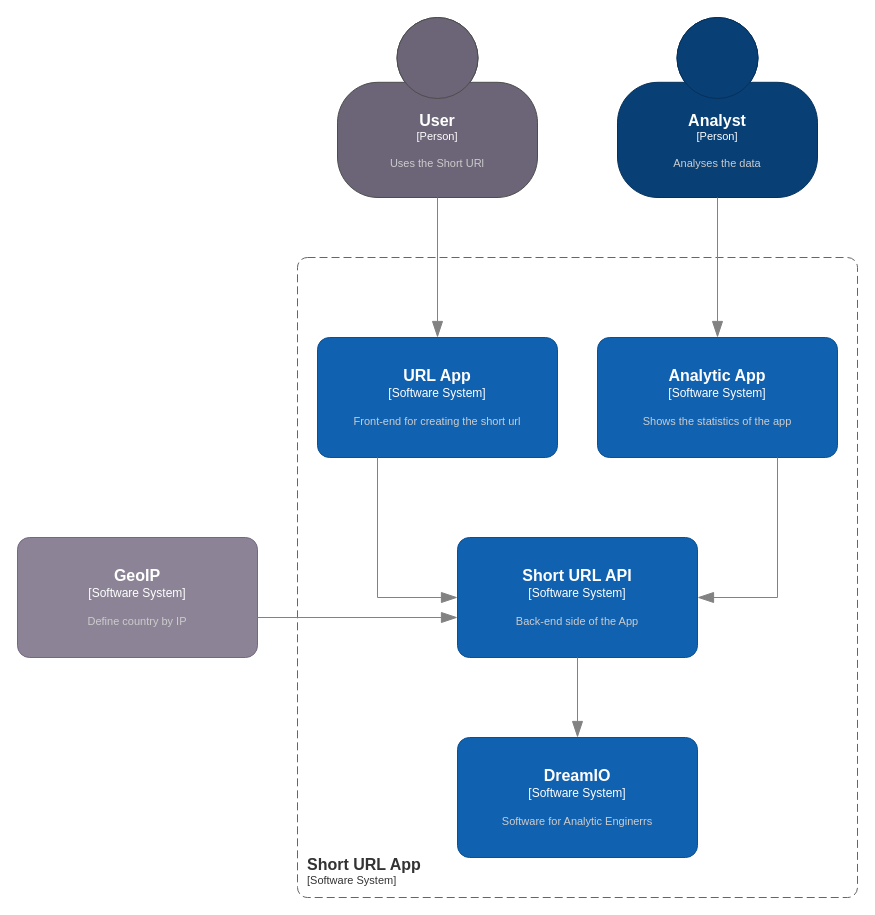
Janitor93/short-url keeps this draw.io diagram as page "Context" (1 of 2) of docs/c4/c4-diagrams.drawio. Above is the earlier version. Source tidied: cells renumbered, new cells numbered last; positions are measured from the earlier drawing's top-left corner, leaving out a move shared by most shapes. Both pictures are drawn from the tidied source at 100%, with x=0, y=0 at pixel (17, 17).
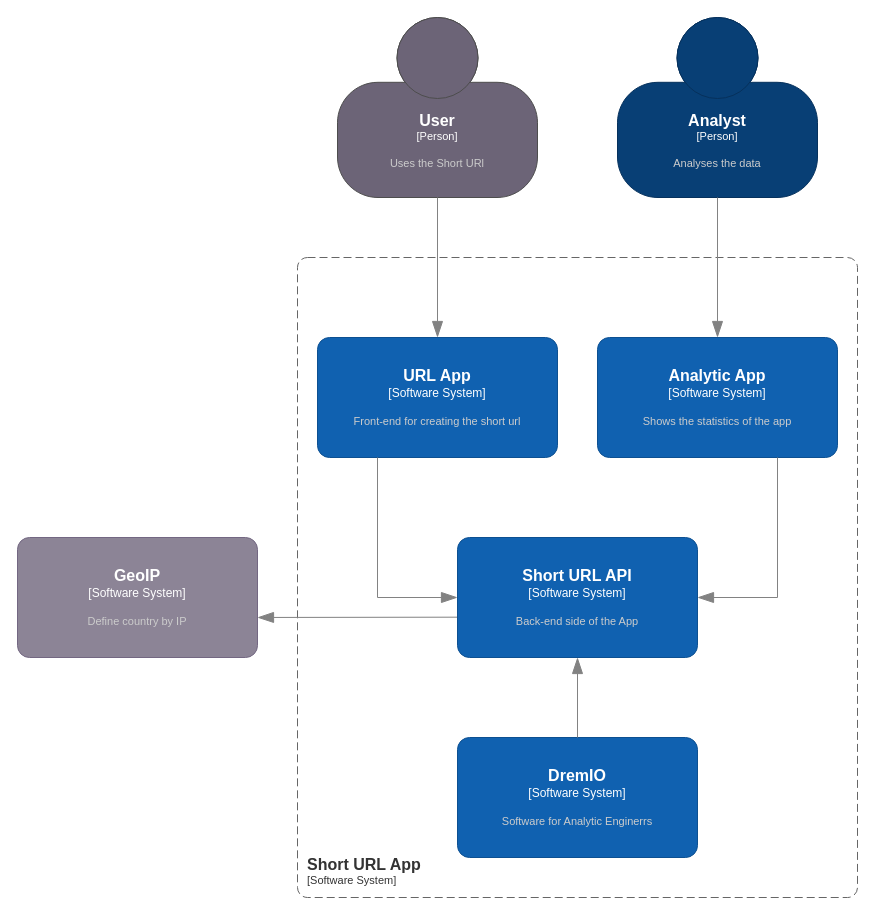
After the change.

Unchanged cells that the change refers to:
```xml
<object id="7" label="&lt;font style=&quot;font-size: 16px&quot;&gt;&lt;b&gt;%c4Name%&lt;/b&gt;&lt;/font&gt;&lt;div&gt;[%c4Type%]&lt;/div&gt;&lt;br&gt;&lt;div&gt;&lt;font style=&quot;font-size: 11px&quot;&gt;&lt;font color=&quot;#cccccc&quot;&gt;%c4Description%&lt;/font&gt;&lt;/div&gt;" c4Description="Back-end side of the App" c4Name="Short URL API" c4Type="Software System" placeholders="1">
  <mxCell style="rounded=1;whiteSpace=wrap;html=1;labelBackgroundColor=none;fillColor=#1061B0;fontColor=#ffffff;align=center;arcSize=10;strokeColor=#0D5091;points=[[0.25,0,0],[0.5,0,0],[0.75,0,0],[1,0.25,0],[1,0.5,0],[1,0.75,0],[0.75,1,0],[0.5,1,0],[0.25,1,0],[0,0.75,0],[0,0.5,0],[0,0.25,0]];" parent="1" vertex="1">
    <mxGeometry x="440" y="520" width="240" height="120" as="geometry" />
  </mxCell>
</object>
```

What changed in the source:
```diff
@@
-    <mxCell id="13" style="endArrow=blockThin;html=1;fontSize=10;fontColor=#404040;strokeWidth=1;endFill=1;strokeColor=#828282;elbow=vertical;endSize=14;startSize=14;jumpStyle=arc;jumpSize=16;rounded=0;edgeStyle=orthogonalEdgeStyle;" parent="1" edge="1">
+    <mxCell id="13" style="endArrow=blockThin;html=1;fontSize=10;fontColor=#404040;strokeWidth=1;endFill=1;strokeColor=#828282;elbow=vertical;endSize=14;startSize=14;jumpStyle=arc;jumpSize=16;rounded=0;edgeStyle=orthogonalEdgeStyle;exitX=-0.002;exitY=0.664;exitDx=0;exitDy=0;exitPerimeter=0;" parent="1" edge="1" source="7">
       <mxGeometry relative="1" as="geometry">
-        <mxPoint x="240" y="600" as="sourcePoint" />
-        <mxPoint x="440" y="600" as="targetPoint" />
+        <mxPoint x="240" y="600" as="targetPoint" />
       </mxGeometry>
     </mxCell>
-    <object id="14" label="&lt;font style=&quot;font-size: 16px&quot;&gt;&lt;b&gt;%c4Name%&lt;/b&gt;&lt;/font&gt;&lt;div&gt;[%c4Type%]&lt;/div&gt;&lt;br&gt;&lt;div&gt;&lt;font style=&quot;font-size: 11px&quot;&gt;&lt;font color=&quot;#cccccc&quot;&gt;%c4Description%&lt;/font&gt;&lt;/div&gt;" c4Description="Software for Analytic Enginerrs" c4Name="DreamIO" c4Type="Software System" placeholders="1">
+    <object id="14" label="&lt;font style=&quot;font-size: 16px&quot;&gt;&lt;b&gt;%c4Name%&lt;/b&gt;&lt;/font&gt;&lt;div&gt;[%c4Type%]&lt;/div&gt;&lt;br&gt;&lt;div&gt;&lt;font style=&quot;font-size: 11px&quot;&gt;&lt;font color=&quot;#cccccc&quot;&gt;%c4Description%&lt;/font&gt;&lt;/div&gt;" c4Description="Software for Analytic Enginerrs" c4Name="DremIO" c4Type="Software System" placeholders="1">
       <mxCell style="rounded=1;whiteSpace=wrap;html=1;labelBackgroundColor=none;fillColor=#1061B0;fontColor=#ffffff;align=center;arcSize=10;strokeColor=#0D5091;points=[[0.25,0,0],[0.5,0,0],[0.75,0,0],[1,0.25,0],[1,0.5,0],[1,0.75,0],[0.75,1,0],[0.5,1,0],[0.25,1,0],[0,0.75,0],[0,0.5,0],[0,0.25,0]];" parent="1" vertex="1">
         <mxGeometry x="440" y="720" width="240" height="120" as="geometry" />
       </mxCell>
     </object>
-    <mxCell id="15" style="endArrow=blockThin;html=1;fontSize=10;fontColor=#404040;strokeWidth=1;endFill=1;strokeColor=#828282;elbow=vertical;endSize=14;startSize=14;jumpStyle=arc;jumpSize=16;rounded=0;edgeStyle=orthogonalEdgeStyle;" parent="1" edge="1">
-      <mxGeometry relative="1" as="geometry">
-        <mxPoint x="560" y="640" as="sourcePoint" />
-        <mxPoint x="560" y="720" as="targetPoint" />
-      </mxGeometry>
+    <mxCell id="15" style="endArrow=blockThin;html=1;fontSize=10;fontColor=#404040;strokeWidth=1;endFill=1;strokeColor=#828282;elbow=vertical;endSize=14;startSize=14;jumpStyle=arc;jumpSize=16;rounded=0;edgeStyle=orthogonalEdgeStyle;exitX=0.5;exitY=0;exitDx=0;exitDy=0;exitPerimeter=0;entryX=0.5;entryY=1;entryDx=0;entryDy=0;entryPerimeter=0;" parent="1" edge="1" source="14" target="7">
+      <mxGeometry relative="1" as="geometry" />
     </mxCell>
```
